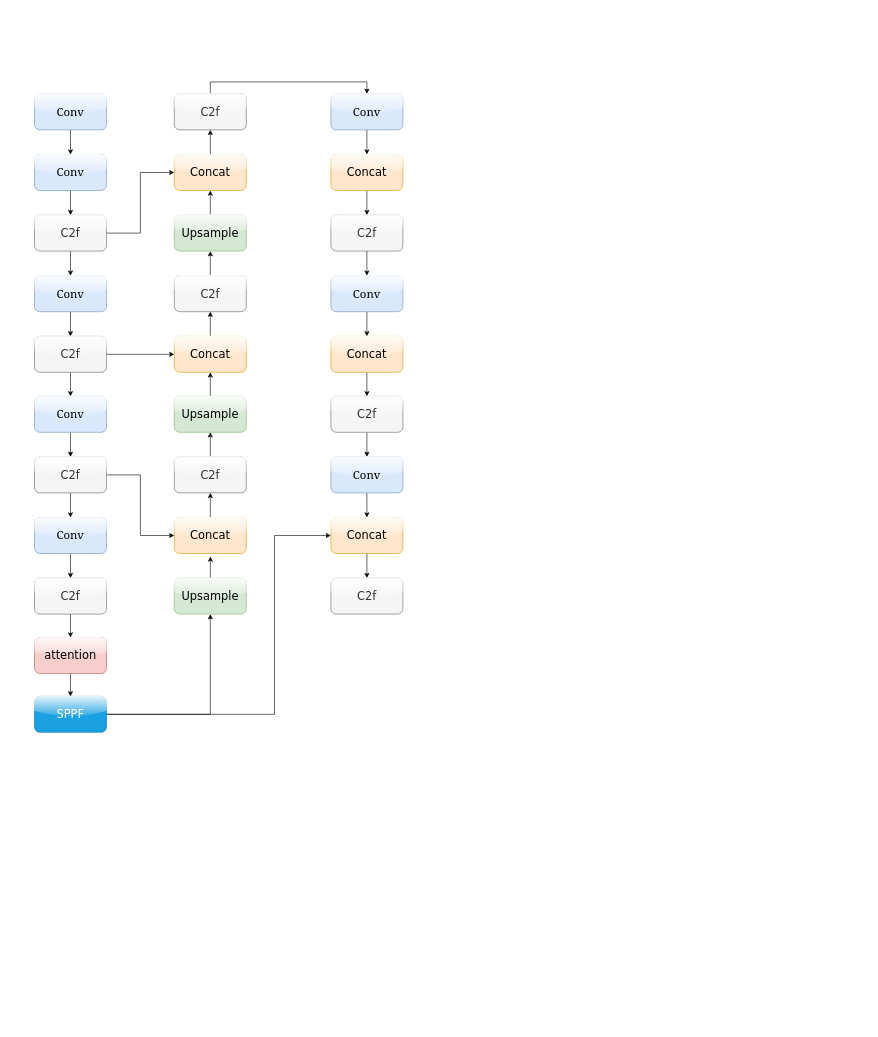
Before: test.drawio in xingkongyuan22/xingkongyuan22, a draw.io diagram. Source tidied: cells renumbered, new cells numbered last; positions are measured from the earlier drawing's top-left corner, leaving out a move shared by most shapes. Both pictures are drawn from the tidied source at 60%, with x=0, y=0 at pixel (34, 94).
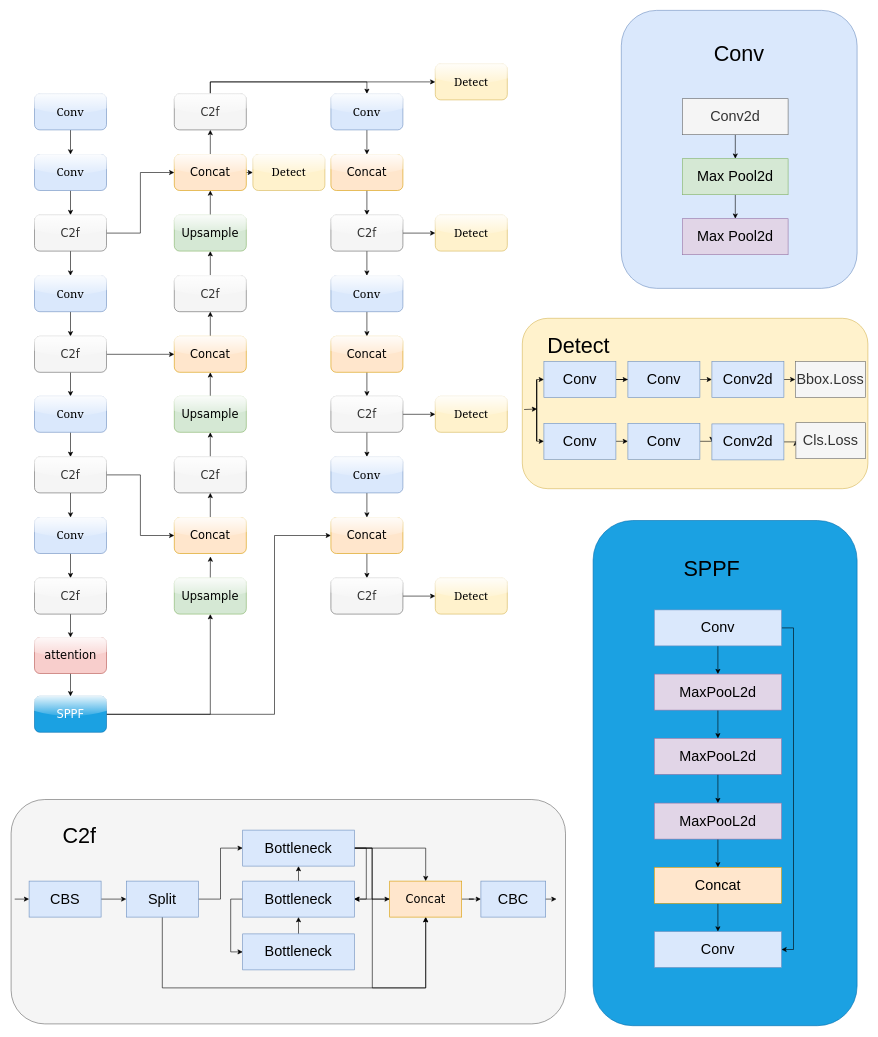
The same diagram, later.

Unchanged cells that the change refers to:
```xml
<mxCell id="41" value="&lt;font face=&quot;Verdana&quot;&gt;&lt;font style=&quot;font-size: 19px;&quot;&gt;C&lt;/font&gt;&lt;font style=&quot;font-size: 19px;&quot;&gt;2f&lt;/font&gt;&lt;/font&gt;" style="rounded=1;whiteSpace=wrap;html=1;glass=1;fillColor=#f5f5f5;fontColor=#333333;strokeColor=#666666;flipH=1;" parent="1" vertex="1">
  <mxGeometry x="233" width="120" height="60" as="geometry" />
</mxCell>
<mxCell id="43" value="&lt;font face=&quot;Verdana&quot;&gt;&lt;span style=&quot;font-size: 19px;&quot;&gt;Concat&lt;/span&gt;&lt;/font&gt;" style="rounded=1;whiteSpace=wrap;html=1;glass=1;fillColor=#ffe6cc;strokeColor=#d79b00;flipH=1;" parent="1" vertex="1">
  <mxGeometry x="233" y="101" width="120" height="60" as="geometry" />
</mxCell>
<mxCell id="51" value="&lt;font face=&quot;Verdana&quot;&gt;&lt;font style=&quot;font-size: 19px;&quot;&gt;C&lt;/font&gt;&lt;font style=&quot;font-size: 19px;&quot;&gt;2f&lt;/font&gt;&lt;/font&gt;" style="rounded=1;whiteSpace=wrap;html=1;glass=1;fillColor=#f5f5f5;fontColor=#333333;strokeColor=#666666;" parent="1" vertex="1">
  <mxGeometry x="494" y="202" width="120" height="60" as="geometry" />
</mxCell>
<mxCell id="57" value="&lt;font face=&quot;Verdana&quot;&gt;&lt;font style=&quot;font-size: 19px;&quot;&gt;C&lt;/font&gt;&lt;font style=&quot;font-size: 19px;&quot;&gt;2f&lt;/font&gt;&lt;/font&gt;" style="rounded=1;whiteSpace=wrap;html=1;glass=1;fillColor=#f5f5f5;fontColor=#333333;strokeColor=#666666;" parent="1" vertex="1">
  <mxGeometry x="494" y="504" width="120" height="60" as="geometry" />
</mxCell>
<mxCell id="62" value="&lt;font face=&quot;Verdana&quot;&gt;&lt;font style=&quot;font-size: 19px;&quot;&gt;C&lt;/font&gt;&lt;font style=&quot;font-size: 19px;&quot;&gt;2f&lt;/font&gt;&lt;/font&gt;" style="rounded=1;whiteSpace=wrap;html=1;glass=1;fillColor=#f5f5f5;fontColor=#333333;strokeColor=#666666;" parent="1" vertex="1">
  <mxGeometry x="494" y="807" width="120" height="60" as="geometry" />
</mxCell>
```

The edit, as a diff of the source:
```diff
@@
+    <mxCell id="63" style="edgeStyle=orthogonalEdgeStyle;rounded=0;jettySize=auto;html=1;exitX=0.5;exitY=0;exitDx=0;exitDy=0;entryX=0;entryY=0.5;entryDx=0;entryDy=0;" parent="1" edge="1" source="41" target="72">
+      <mxGeometry relative="1" as="geometry" />
+    </mxCell>
@@
+    <mxCell id="64" style="edgeStyle=orthogonalEdgeStyle;rounded=0;jettySize=auto;html=1;exitX=1;exitY=0.5;exitDx=0;exitDy=0;entryX=0;entryY=0.5;entryDx=0;entryDy=0;" parent="1" edge="1" source="43" target="68">
+      <mxGeometry relative="1" as="geometry" />
+    </mxCell>
@@
+    <mxCell id="65" style="edgeStyle=orthogonalEdgeStyle;rounded=0;jettySize=auto;html=1;exitX=1;exitY=0.5;exitDx=0;exitDy=0;entryX=0;entryY=0.5;entryDx=0;entryDy=0;" parent="1" edge="1" source="51" target="69">
+      <mxGeometry relative="1" as="geometry" />
+    </mxCell>
@@
+    <mxCell id="66" style="edgeStyle=orthogonalEdgeStyle;rounded=0;jettySize=auto;html=1;exitX=1;exitY=0.5;exitDx=0;exitDy=0;entryX=0;entryY=0.5;entryDx=0;entryDy=0;" parent="1" edge="1" source="57" target="70">
+      <mxGeometry relative="1" as="geometry" />
+    </mxCell>
@@
+    <mxCell id="67" style="edgeStyle=orthogonalEdgeStyle;rounded=0;jettySize=auto;html=1;exitX=1;exitY=0.5;exitDx=0;exitDy=0;entryX=0;entryY=0.5;entryDx=0;entryDy=0;" parent="1" edge="1" source="62" target="71">
+      <mxGeometry relative="1" as="geometry" />
+    </mxCell>
@@
+    <mxCell id="68" value="&lt;font face=&quot;Georgia&quot;&gt;&lt;span style=&quot;font-size: 19px;&quot;&gt;Detect&lt;/span&gt;&lt;/font&gt;" style="rounded=1;whiteSpace=wrap;html=1;glass=1;fillColor=#fff2cc;strokeColor=#d6b656;" parent="1" vertex="1">
+      <mxGeometry x="364" y="101" width="120" height="60" as="geometry" />
+    </mxCell>
+    <mxCell id="69" value="&lt;font face=&quot;Georgia&quot;&gt;&lt;span style=&quot;font-size: 19px;&quot;&gt;Detect&lt;/span&gt;&lt;/font&gt;" style="rounded=1;whiteSpace=wrap;html=1;glass=1;fillColor=#fff2cc;strokeColor=#d6b656;" parent="1" vertex="1">
+      <mxGeometry x="668" y="202" width="120" height="60" as="geometry" />
+    </mxCell>
+    <mxCell id="70" value="&lt;font face=&quot;Georgia&quot;&gt;&lt;span style=&quot;font-size: 19px;&quot;&gt;Detect&lt;/span&gt;&lt;/font&gt;" style="rounded=1;whiteSpace=wrap;html=1;glass=1;fillColor=#fff2cc;strokeColor=#d6b656;" parent="1" vertex="1">
+      <mxGeometry x="668" y="504" width="120" height="60" as="geometry" />
+    </mxCell>
+    <mxCell id="71" value="&lt;font face=&quot;Georgia&quot;&gt;&lt;span style=&quot;font-size: 19px;&quot;&gt;Detect&lt;/span&gt;&lt;/font&gt;" style="rounded=1;whiteSpace=wrap;html=1;glass=1;fillColor=#fff2cc;strokeColor=#d6b656;" parent="1" vertex="1">
+      <mxGeometry x="668" y="807" width="120" height="60" as="geometry" />
+    </mxCell>
+    <mxCell id="72" value="&lt;font face=&quot;Georgia&quot;&gt;&lt;span style=&quot;font-size: 19px;&quot;&gt;Detect&lt;/span&gt;&lt;/font&gt;" style="rounded=1;whiteSpace=wrap;html=1;glass=1;fillColor=#fff2cc;strokeColor=#d6b656;" parent="1" vertex="1">
+      <mxGeometry x="668" y="-50" width="120" height="60" as="geometry" />
+    </mxCell>
+    <mxCell id="73" style="rounded=1;whiteSpace=wrap;html=1;fillColor=#f5f5f5;fontColor=#333333;strokeColor=#666666;" parent="1" vertex="1">
+      <mxGeometry x="-39" y="1176" width="924" height="374" as="geometry" />
+    </mxCell>
+    <mxCell id="74" style="edgeStyle=orthogonalEdgeStyle;rounded=0;jettySize=auto;html=1;exitX=1;exitY=0.5;exitDx=0;exitDy=0;entryX=0;entryY=0.5;entryDx=0;entryDy=0;" parent="1" edge="1" source="75" target="78">
+      <mxGeometry relative="1" as="geometry" />
+    </mxCell>
+    <mxCell id="75" value="&lt;font style=&quot;font-size: 24px;&quot;&gt;CBS&lt;/font&gt;" style="rounded=0;whiteSpace=wrap;html=1;fillColor=#dae8fc;strokeColor=#6c8ebf;" parent="1" vertex="1">
+      <mxGeometry x="-9" y="1312" width="120" height="60" as="geometry" />
+    </mxCell>
+    <mxCell id="76" style="edgeStyle=orthogonalEdgeStyle;rounded=0;jettySize=auto;html=1;exitX=0.5;exitY=1;exitDx=0;exitDy=0;entryX=0.5;entryY=1;entryDx=0;entryDy=0;" parent="1" edge="1" source="78" target="91">
+      <mxGeometry relative="1" as="geometry">
+        <Array as="points">
+          <mxPoint x="213" y="1490" />
+          <mxPoint x="652" y="1490" />
+        </Array>
+      </mxGeometry>
+    </mxCell>
+    <mxCell id="77" style="edgeStyle=orthogonalEdgeStyle;rounded=0;jettySize=auto;html=1;exitX=1;exitY=0.5;exitDx=0;exitDy=0;entryX=0;entryY=0.5;entryDx=0;entryDy=0;" parent="1" edge="1" source="78" target="86">
+      <mxGeometry relative="1" as="geometry" />
+    </mxCell>
+    <mxCell id="78" value="&lt;font style=&quot;font-size: 24px;&quot;&gt;Split&lt;/font&gt;" style="rounded=0;whiteSpace=wrap;html=1;fillColor=#dae8fc;strokeColor=#6c8ebf;" parent="1" vertex="1">
+      <mxGeometry x="153" y="1312" width="120" height="60" as="geometry" />
+    </mxCell>
+    <mxCell id="79" style="edgeStyle=orthogonalEdgeStyle;rounded=0;jettySize=auto;html=1;exitX=0.5;exitY=0;exitDx=0;exitDy=0;entryX=0.5;entryY=1;entryDx=0;entryDy=0;" parent="1" edge="1" source="81" target="86">
+      <mxGeometry relative="1" as="geometry" />
+    </mxCell>
+    <mxCell id="80" style="edgeStyle=orthogonalEdgeStyle;rounded=0;jettySize=auto;html=1;exitX=0;exitY=0.5;exitDx=0;exitDy=0;entryX=0;entryY=0.5;entryDx=0;entryDy=0;" parent="1" edge="1" source="81" target="88">
+      <mxGeometry relative="1" as="geometry" />
+    </mxCell>
+    <mxCell id="81" value="&lt;font style=&quot;font-size: 24px;&quot;&gt;Bottleneck&lt;/font&gt;" style="rounded=0;whiteSpace=wrap;html=1;fillColor=#dae8fc;strokeColor=#6c8ebf;" parent="1" vertex="1">
+      <mxGeometry x="347" y="1312" width="186" height="60" as="geometry" />
+    </mxCell>
+    <mxCell id="82" style="edgeStyle=orthogonalEdgeStyle;rounded=0;jettySize=auto;html=1;exitX=1;exitY=0.5;exitDx=0;exitDy=0;entryX=0.5;entryY=0;entryDx=0;entryDy=0;" parent="1" edge="1" source="86" target="91">
+      <mxGeometry relative="1" as="geometry" />
+    </mxCell>
+    <mxCell id="83" style="edgeStyle=orthogonalEdgeStyle;rounded=0;jettySize=auto;html=1;exitX=1;exitY=0.5;exitDx=0;exitDy=0;entryX=1;entryY=0.5;entryDx=0;entryDy=0;" parent="1" edge="1" source="86" target="81">
+      <mxGeometry relative="1" as="geometry" />
+    </mxCell>
+    <mxCell id="84" style="edgeStyle=orthogonalEdgeStyle;rounded=0;jettySize=auto;html=1;exitX=1;exitY=0.5;exitDx=0;exitDy=0;entryX=0;entryY=0.5;entryDx=0;entryDy=0;" parent="1" edge="1" source="86" target="91">
+      <mxGeometry relative="1" as="geometry" />
+    </mxCell>
+    <mxCell id="85" style="edgeStyle=orthogonalEdgeStyle;rounded=0;jettySize=auto;html=1;exitX=1;exitY=0.5;exitDx=0;exitDy=0;entryX=0.5;entryY=1;entryDx=0;entryDy=0;" parent="1" edge="1" source="86" target="91">
+      <mxGeometry relative="1" as="geometry">
+        <Array as="points">
+          <mxPoint x="563" y="1257" />
+          <mxPoint x="563" y="1490" />
+          <mxPoint x="652" y="1490" />
+        </Array>
+      </mxGeometry>
+    </mxCell>
+    <mxCell id="86" value="&lt;font style=&quot;font-size: 24px;&quot;&gt;Bottleneck&lt;/font&gt;" style="rounded=0;whiteSpace=wrap;html=1;fillColor=#dae8fc;strokeColor=#6c8ebf;" parent="1" vertex="1">
+      <mxGeometry x="347" y="1227" width="186" height="60" as="geometry" />
+    </mxCell>
+    <mxCell id="87" style="edgeStyle=orthogonalEdgeStyle;rounded=0;jettySize=auto;html=1;exitX=0.5;exitY=0;exitDx=0;exitDy=0;entryX=0.5;entryY=1;entryDx=0;entryDy=0;" parent="1" edge="1" source="88" target="81">
+      <mxGeometry relative="1" as="geometry" />
+    </mxCell>
+    <mxCell id="88" value="&lt;font style=&quot;font-size: 24px;&quot;&gt;Bottleneck&lt;/font&gt;" style="rounded=0;whiteSpace=wrap;html=1;fillColor=#dae8fc;strokeColor=#6c8ebf;" parent="1" vertex="1">
+      <mxGeometry x="347" y="1400" width="186" height="60" as="geometry" />
+    </mxCell>
+    <mxCell id="89" style="edgeStyle=orthogonalEdgeStyle;rounded=0;jettySize=auto;html=1;exitX=1;exitY=0.5;exitDx=0;exitDy=0;" parent="1" edge="1" source="91" target="92">
+      <mxGeometry relative="1" as="geometry" />
+    </mxCell>
+    <mxCell id="90" style="edgeStyle=orthogonalEdgeStyle;rounded=0;jettySize=auto;html=1;exitX=0;exitY=0.5;exitDx=0;exitDy=0;entryX=1;entryY=0.5;entryDx=0;entryDy=0;" parent="1" edge="1" source="91" target="81">
+      <mxGeometry relative="1" as="geometry" />
+    </mxCell>
+    <mxCell id="91" value="&lt;font face=&quot;Verdana&quot;&gt;&lt;span style=&quot;font-size: 19px;&quot;&gt;Concat&lt;/span&gt;&lt;/font&gt;" style="rounded=0;whiteSpace=wrap;html=1;glass=0;fillColor=#ffe6cc;strokeColor=#d79b00;" parent="1" vertex="1">
+      <mxGeometry x="592" y="1312" width="120" height="60" as="geometry" />
+    </mxCell>
+    <mxCell id="92" value="&lt;font style=&quot;font-size: 24px;&quot;&gt;CBC&lt;/font&gt;" style="rounded=0;whiteSpace=wrap;html=1;fillColor=#dae8fc;strokeColor=#6c8ebf;" parent="1" vertex="1">
+      <mxGeometry x="744" y="1312" width="108" height="60" as="geometry" />
+    </mxCell>
+    <mxCell id="93" value="&lt;font style=&quot;font-size: 36px;&quot;&gt;C2f&lt;/font&gt;" style="text;strokeColor=none;fillColor=none;align=left;verticalAlign=middle;spacingLeft=4;spacingRight=4;overflow=hidden;whiteSpace=wrap;html=1;" parent="1" vertex="1">
+      <mxGeometry x="41" y="1207" width="118" height="58" as="geometry" />
+    </mxCell>
+    <mxCell id="94" style="endArrow=classic;html=1;rounded=0;entryX=0;entryY=0.5;entryDx=0;entryDy=0;" parent="1" edge="1" target="75">
+      <mxGeometry relative="1" as="geometry">
+        <mxPoint x="-33" y="1342" as="sourcePoint" />
+      </mxGeometry>
+    </mxCell>
+    <mxCell id="95" style="endArrow=classic;html=1;rounded=0;exitX=1;exitY=0.5;exitDx=0;exitDy=0;" parent="1" edge="1" source="92">
+      <mxGeometry relative="1" as="geometry">
+        <mxPoint x="870" y="1342" as="targetPoint" />
+      </mxGeometry>
+    </mxCell>
+    <mxCell id="96" style="rounded=1;whiteSpace=wrap;html=1;fillColor=#dae8fc;strokeColor=#6c8ebf;" parent="1" vertex="1">
+      <mxGeometry x="978" y="-139.2" width="393" height="463.3" as="geometry" />
+    </mxCell>
+    <mxCell id="97" value="&lt;span style=&quot;font-size: 24px;&quot;&gt;Max Pool2d&lt;/span&gt;" style="rounded=0;whiteSpace=wrap;html=1;fillColor=#e1d5e7;strokeColor=#9673a6;" parent="1" vertex="1">
+      <mxGeometry x="1080" y="208" width="176" height="60" as="geometry" />
+    </mxCell>
+    <mxCell id="98" style="edgeStyle=orthogonalEdgeStyle;rounded=0;jettySize=auto;html=1;exitX=0.5;exitY=1;exitDx=0;exitDy=0;entryX=0.5;entryY=0;entryDx=0;entryDy=0;" parent="1" edge="1" source="99" target="97">
+      <mxGeometry relative="1" as="geometry" />
+    </mxCell>
+    <mxCell id="99" value="&lt;font style=&quot;font-size: 24px;&quot;&gt;Max Pool2d&lt;/font&gt;" style="rounded=0;whiteSpace=wrap;html=1;fillColor=#d5e8d4;strokeColor=#82b366;" parent="1" vertex="1">
+      <mxGeometry x="1080" y="108" width="176" height="60" as="geometry" />
+    </mxCell>
+    <mxCell id="100" style="edgeStyle=orthogonalEdgeStyle;rounded=0;jettySize=auto;html=1;exitX=0.5;exitY=1;exitDx=0;exitDy=0;entryX=0.5;entryY=0;entryDx=0;entryDy=0;" parent="1" edge="1" source="101" target="99">
+      <mxGeometry relative="1" as="geometry" />
+    </mxCell>
+    <mxCell id="101" value="&lt;font style=&quot;font-size: 24px;&quot;&gt;Conv2d&lt;/font&gt;" style="rounded=0;whiteSpace=wrap;html=1;fillColor=#f5f5f5;fontColor=#333333;strokeColor=#666666;" parent="1" vertex="1">
+      <mxGeometry x="1080" y="8" width="176" height="60" as="geometry" />
+    </mxCell>
+    <mxCell id="102" style="rounded=1;whiteSpace=wrap;html=1;fillColor=#1ba1e2;fontColor=#ffffff;strokeColor=#006EAF;flipV=0;" parent="1" vertex="1">
+      <mxGeometry x="931" y="711" width="440" height="842" as="geometry" />
+    </mxCell>
+    <mxCell id="103" style="edgeStyle=orthogonalEdgeStyle;rounded=0;jettySize=auto;html=1;exitX=0.5;exitY=1;exitDx=0;exitDy=0;entryX=0.5;entryY=0;entryDx=0;entryDy=0;" parent="1" edge="1" source="105" target="108">
+      <mxGeometry relative="1" as="geometry" />
+    </mxCell>
+    <mxCell id="104" style="edgeStyle=orthogonalEdgeStyle;rounded=0;jettySize=auto;html=1;exitX=1;exitY=0.5;exitDx=0;exitDy=0;entryX=1;entryY=0.5;entryDx=0;entryDy=0;" parent="1" edge="1" source="105" target="115">
+      <mxGeometry relative="1" as="geometry" />
+    </mxCell>
+    <mxCell id="105" value="&lt;font style=&quot;font-size: 24px;&quot;&gt;Conv&lt;/font&gt;" style="rounded=0;whiteSpace=wrap;html=1;fillColor=#dae8fc;strokeColor=#6c8ebf;flipH=1;flipV=1;" parent="1" vertex="1">
+      <mxGeometry x="1033" y="860" width="212" height="60" as="geometry" />
+    </mxCell>
+    <mxCell id="106" value="&lt;font style=&quot;font-size: 36px;&quot;&gt;Conv&lt;/font&gt;" style="text;strokeColor=none;fillColor=none;align=center;verticalAlign=middle;spacingLeft=4;spacingRight=4;overflow=hidden;whiteSpace=wrap;html=1;" parent="1" vertex="1">
+      <mxGeometry x="1071" y="-105" width="207" height="73" as="geometry" />
+    </mxCell>
+    <mxCell id="107" style="edgeStyle=orthogonalEdgeStyle;rounded=0;jettySize=auto;html=1;exitX=0.5;exitY=1;exitDx=0;exitDy=0;entryX=0.5;entryY=0;entryDx=0;entryDy=0;" parent="1" edge="1" source="108" target="110">
+      <mxGeometry relative="1" as="geometry" />
+    </mxCell>
+    <mxCell id="108" value="&lt;font style=&quot;font-size: 24px;&quot;&gt;MaxPooL2d&lt;/font&gt;" style="rounded=0;whiteSpace=wrap;html=1;fillColor=#e1d5e7;strokeColor=#9673a6;flipH=1;flipV=1;" parent="1" vertex="1">
+      <mxGeometry x="1033" y="967" width="212" height="60" as="geometry" />
+    </mxCell>
+    <mxCell id="109" style="edgeStyle=orthogonalEdgeStyle;rounded=0;jettySize=auto;html=1;exitX=0.5;exitY=1;exitDx=0;exitDy=0;entryX=0.5;entryY=0;entryDx=0;entryDy=0;" parent="1" edge="1" source="110" target="112">
+      <mxGeometry relative="1" as="geometry" />
+    </mxCell>
+    <mxCell id="110" value="&lt;font style=&quot;font-size: 24px;&quot;&gt;MaxPooL2d&lt;/font&gt;" style="rounded=0;whiteSpace=wrap;html=1;fillColor=#e1d5e7;strokeColor=#9673a6;flipH=1;flipV=1;" parent="1" vertex="1">
+      <mxGeometry x="1033" y="1074" width="212" height="60" as="geometry" />
+    </mxCell>
+    <mxCell id="111" style="edgeStyle=orthogonalEdgeStyle;rounded=0;jettySize=auto;html=1;exitX=0.5;exitY=1;exitDx=0;exitDy=0;entryX=0.5;entryY=0;entryDx=0;entryDy=0;" parent="1" edge="1" source="112" target="114">
+      <mxGeometry relative="1" as="geometry" />
+    </mxCell>
+    <mxCell id="112" value="&lt;font style=&quot;font-size: 24px;&quot;&gt;MaxPooL2d&lt;/font&gt;" style="rounded=0;whiteSpace=wrap;html=1;fillColor=#e1d5e7;strokeColor=#9673a6;flipH=1;flipV=1;" parent="1" vertex="1">
+      <mxGeometry x="1033" y="1182" width="212" height="60" as="geometry" />
+    </mxCell>
+    <mxCell id="113" style="edgeStyle=orthogonalEdgeStyle;rounded=0;jettySize=auto;html=1;exitX=0.5;exitY=1;exitDx=0;exitDy=0;entryX=0.5;entryY=0;entryDx=0;entryDy=0;" parent="1" edge="1" source="114" target="115">
+      <mxGeometry relative="1" as="geometry" />
+    </mxCell>
+    <mxCell id="114" value="&lt;font style=&quot;font-size: 24px;&quot;&gt;Concat&lt;/font&gt;" style="rounded=0;whiteSpace=wrap;html=1;fillColor=#ffe6cc;strokeColor=#d79b00;flipH=1;flipV=1;" parent="1" vertex="1">
+      <mxGeometry x="1033" y="1289" width="212" height="60" as="geometry" />
+    </mxCell>
+    <mxCell id="115" value="&lt;font style=&quot;font-size: 24px;&quot;&gt;Conv&lt;/font&gt;" style="rounded=0;whiteSpace=wrap;html=1;fillColor=#dae8fc;strokeColor=#6c8ebf;flipH=1;flipV=1;" parent="1" vertex="1">
+      <mxGeometry x="1033" y="1396" width="212" height="60" as="geometry" />
+    </mxCell>
+    <mxCell id="116" value="&lt;font style=&quot;font-size: 36px;&quot;&gt;SPPF&lt;/font&gt;" style="text;html=1;align=center;verticalAlign=middle;whiteSpace=wrap;rounded=0;" parent="1" vertex="1">
+      <mxGeometry x="1036" y="754" width="186" height="74" as="geometry" />
+    </mxCell>
+    <mxCell id="117" style="rounded=1;whiteSpace=wrap;html=1;fillColor=#fff2cc;strokeColor=#d6b656;" parent="1" vertex="1">
+      <mxGeometry x="813" y="374" width="576" height="284" as="geometry" />
+    </mxCell>
+    <mxCell id="118" value="&lt;font style=&quot;font-size: 36px;&quot;&gt;Detect&lt;/font&gt;" style="text;html=1;align=center;verticalAlign=middle;whiteSpace=wrap;rounded=0;" parent="1" vertex="1">
+      <mxGeometry x="842" y="381" width="130" height="78" as="geometry" />
+    </mxCell>
+    <mxCell id="119" style="edgeStyle=orthogonalEdgeStyle;rounded=0;jettySize=auto;html=1;exitX=1;exitY=0.5;exitDx=0;exitDy=0;" parent="1" edge="1" source="120" target="124">
+      <mxGeometry relative="1" as="geometry" />
+    </mxCell>
+    <mxCell id="120" value="&lt;font style=&quot;font-size: 24px;&quot;&gt;Conv&lt;/font&gt;" style="rounded=0;whiteSpace=wrap;html=1;fillColor=#dae8fc;strokeColor=#6c8ebf;" parent="1" vertex="1">
+      <mxGeometry x="849" y="446" width="120" height="60" as="geometry" />
+    </mxCell>
+    <mxCell id="121" style="edgeStyle=orthogonalEdgeStyle;rounded=0;jettySize=auto;html=1;exitX=1;exitY=0.5;exitDx=0;exitDy=0;entryX=0;entryY=0.5;entryDx=0;entryDy=0;" parent="1" edge="1" source="122" target="126">
+      <mxGeometry relative="1" as="geometry" />
+    </mxCell>
+    <mxCell id="122" value="&lt;font style=&quot;font-size: 24px;&quot;&gt;Conv&lt;/font&gt;" style="rounded=0;whiteSpace=wrap;html=1;fillColor=#dae8fc;strokeColor=#6c8ebf;" parent="1" vertex="1">
+      <mxGeometry x="849" y="549" width="120" height="60" as="geometry" />
+    </mxCell>
+    <mxCell id="123" style="edgeStyle=orthogonalEdgeStyle;rounded=0;jettySize=auto;html=1;exitX=1;exitY=0.5;exitDx=0;exitDy=0;entryX=0;entryY=0.5;entryDx=0;entryDy=0;" parent="1" edge="1" source="124" target="128">
+      <mxGeometry relative="1" as="geometry" />
+    </mxCell>
+    <mxCell id="124" value="&lt;font style=&quot;font-size: 24px;&quot;&gt;Conv&lt;/font&gt;" style="rounded=0;whiteSpace=wrap;html=1;fillColor=#dae8fc;strokeColor=#6c8ebf;" parent="1" vertex="1">
+      <mxGeometry x="989" y="446" width="120" height="60" as="geometry" />
+    </mxCell>
+    <mxCell id="125" style="edgeStyle=orthogonalEdgeStyle;rounded=0;jettySize=auto;html=1;exitX=1;exitY=0.5;exitDx=0;exitDy=0;entryX=0;entryY=0.5;entryDx=0;entryDy=0;" parent="1" edge="1" source="126" target="130">
+      <mxGeometry relative="1" as="geometry" />
+    </mxCell>
+    <mxCell id="126" value="&lt;font style=&quot;font-size: 24px;&quot;&gt;Conv&lt;/font&gt;" style="rounded=0;whiteSpace=wrap;html=1;fillColor=#dae8fc;strokeColor=#6c8ebf;" parent="1" vertex="1">
+      <mxGeometry x="989" y="549" width="120" height="60" as="geometry" />
+    </mxCell>
+    <mxCell id="127" style="edgeStyle=orthogonalEdgeStyle;rounded=0;jettySize=auto;html=1;exitX=1;exitY=0.5;exitDx=0;exitDy=0;entryX=0;entryY=0.5;entryDx=0;entryDy=0;" parent="1" edge="1" source="128" target="131">
+      <mxGeometry relative="1" as="geometry" />
+    </mxCell>
+    <mxCell id="128" value="&lt;font style=&quot;font-size: 24px;&quot;&gt;Conv2d&lt;/font&gt;" style="rounded=0;whiteSpace=wrap;html=1;fillColor=#dae8fc;strokeColor=#6c8ebf;" parent="1" vertex="1">
+      <mxGeometry x="1129" y="446" width="120" height="60" as="geometry" />
+    </mxCell>
+    <mxCell id="129" style="edgeStyle=orthogonalEdgeStyle;rounded=0;jettySize=auto;html=1;exitX=1;exitY=0.5;exitDx=0;exitDy=0;entryX=0;entryY=0.5;entryDx=0;entryDy=0;" parent="1" edge="1" source="130" target="132">
+      <mxGeometry relative="1" as="geometry" />
+    </mxCell>
+    <mxCell id="130" value="&lt;font style=&quot;font-size: 24px;&quot;&gt;Conv2d&lt;/font&gt;" style="rounded=0;whiteSpace=wrap;html=1;fillColor=#dae8fc;strokeColor=#6c8ebf;" parent="1" vertex="1">
+      <mxGeometry x="1129" y="550" width="120" height="60" as="geometry" />
+    </mxCell>
+    <mxCell id="131" value="&lt;font style=&quot;font-size: 24px;&quot;&gt;Bbox.Loss&lt;/font&gt;" style="rounded=0;whiteSpace=wrap;html=1;fillColor=#f5f5f5;fontColor=#333333;strokeColor=#666666;" parent="1" vertex="1">
+      <mxGeometry x="1268" y="446" width="117" height="60" as="geometry" />
+    </mxCell>
+    <mxCell id="132" value="&lt;font style=&quot;font-size: 24px;&quot;&gt;Cls.Loss&lt;/font&gt;" style="rounded=0;whiteSpace=wrap;html=1;fillColor=#f5f5f5;fontColor=#333333;strokeColor=#666666;" parent="1" vertex="1">
+      <mxGeometry x="1269" y="548" width="116" height="60" as="geometry" />
+    </mxCell>
+    <mxCell id="133" style="line;strokeWidth=2;direction=south;html=1;" parent="1" vertex="1">
+      <mxGeometry x="832" y="476" width="10" height="103" as="geometry" />
+    </mxCell>
+    <mxCell id="134" style="endArrow=classic;html=1;rounded=0;exitX=0;exitY=0.5;exitDx=0;exitDy=0;exitPerimeter=0;entryX=0;entryY=0.5;entryDx=0;entryDy=0;" parent="1" edge="1" source="133" target="120">
+      <mxGeometry relative="1" as="geometry" />
+    </mxCell>
+    <mxCell id="135" style="endArrow=classic;html=1;rounded=0;exitX=1;exitY=0.5;exitDx=0;exitDy=0;exitPerimeter=0;entryX=0;entryY=0.5;entryDx=0;entryDy=0;" parent="1" edge="1" source="133" target="122">
+      <mxGeometry relative="1" as="geometry" />
+    </mxCell>
+    <mxCell id="136" style="endArrow=classic;html=1;rounded=0;entryX=0.478;entryY=0.438;entryDx=0;entryDy=0;entryPerimeter=0;" parent="1" edge="1" target="133">
+      <mxGeometry relative="1" as="geometry">
+        <mxPoint x="816" y="526" as="sourcePoint" />
+      </mxGeometry>
+    </mxCell>
```
